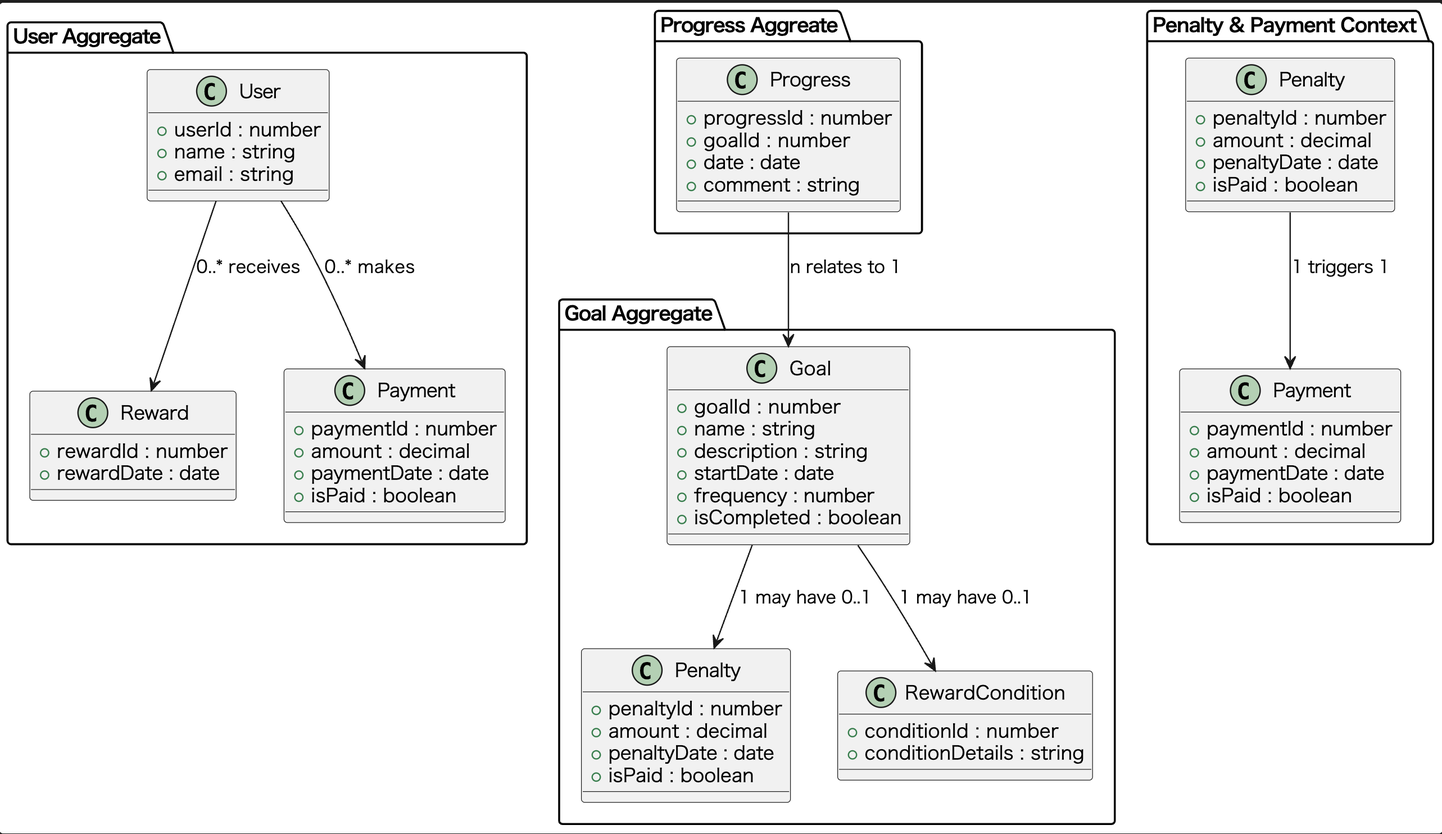
This is domain-model.png from yoichi0615/nest-ddd, a PlantUML export, as it was before one commit. Its source is kept beside it as domain-model.pu.
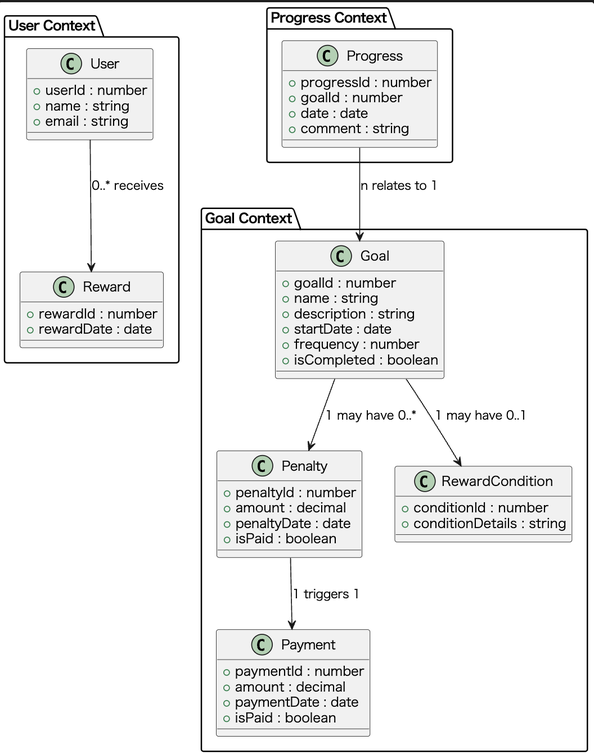
The same diagram one commit later.

Commit message:
fix: domain-model diagram

What changed in the source:
```diff
@@ -1,6 +1,6 @@
 @startuml
 
-package "User Aggregate" {
+package "User Context" {
   class "User" {
     + userId : number
     + name : string
@@ -12,18 +12,10 @@
     + rewardDate : date
   }
 
-  class "Payment" {
-    + paymentId : number
-    + amount : decimal
-    + paymentDate : date
-    + isPaid : boolean
-  }
-
   User --> Reward : "0..* receives"
-  User --> Payment : "0..* makes"
 }
 
-package "Goal Aggregate" {
+package "Goal Context" {
   class "Goal" {
     + goalId : number
     + name : string
@@ -40,16 +32,24 @@
     + isPaid : boolean
   }
 
+  class "Payment" {
+    + paymentId : number
+    + amount : decimal
+    + paymentDate : date
+    + isPaid : boolean
+  }
+
   class "RewardCondition" {
     + conditionId : number
     + conditionDetails : string
   }
 
-  Goal --> Penalty : "1 may have 0..1"
+  Goal --> Penalty : "1 may have 0..*"
+  Penalty --> Payment : "1 triggers 1"
   Goal --> RewardCondition : "1 may have 0..1"
 }
 
-package "Progress Aggreate" {
+package "Progress Context" {
   class "Progress" {
     + progressId : number
     + goalId : number
@@ -60,22 +60,4 @@
   Progress --> Goal : "n relates to 1"
 }
 
-package "Penalty & Payment Context" {
-  class "Payment" {
-    + paymentId : number
-    + amount : decimal
-    + paymentDate : date
-    + isPaid : boolean
-  }
-
-  class "Penalty" {
-    + penaltyId : number
-    + amount : decimal
-    + penaltyDate : date
-    + isPaid : boolean
-  }
-
-  Penalty --> Payment : "1 triggers 1"
-}
-
 @enduml
```
